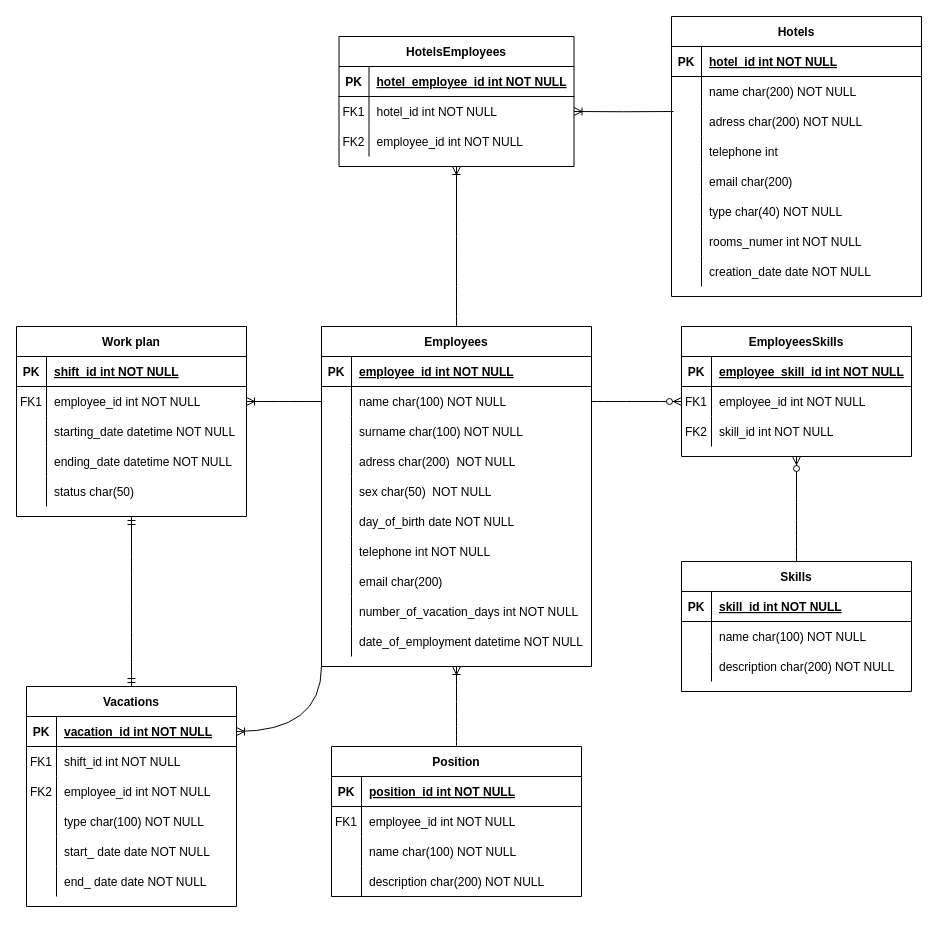
This is Untitled Diagram.drawio from KrzysiekJa/Hotel-Personel-Management-DB-System, a draw.io file, before an edit. Source tidied: cells renumbered, new cells numbered last; positions are measured from the earlier drawing's top-left corner, leaving out a move shared by most shapes. Both pictures are drawn from the tidied source at 100%, with x=0, y=0 at pixel (16, 16).
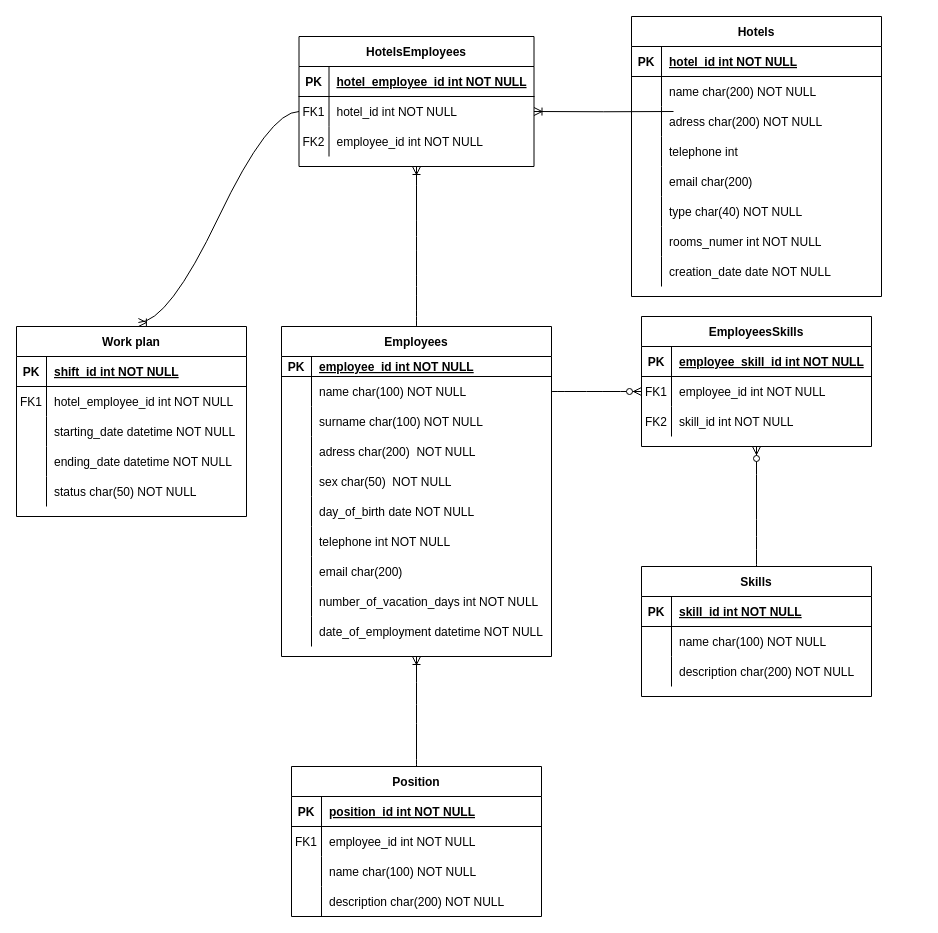
After the change.

The change refers to these unchanged cells:
```xml
<mxCell id="95" value="Work plan" style="shape=table;startSize=30;childLayout=tableLayout;rowLines=0;fontStyle=1;align=center;" parent="1" vertex="1">
  <mxGeometry y="310" width="230" height="190" as="geometry" />
</mxCell>
<mxCell id="99" style="shape=tableRow;horizontal=0;startSize=0;swimlaneHead=0;swimlaneBody=0;fillColor=none;points=[[0,0.5],[1,0.5]];portConstraint=eastwest;top=0;left=0;right=0;bottom=0;" parent="95" vertex="1">
  <mxGeometry y="60" width="230" height="30" as="geometry" />
</mxCell>
<mxCell id="108" style="shape=tableRow;horizontal=0;startSize=0;swimlaneHead=0;swimlaneBody=0;fillColor=none;top=0;left=0;right=0;bottom=0;" parent="95" vertex="1">
  <mxGeometry y="150" width="230" height="30" as="geometry" />
</mxCell>
<mxCell id="137" style="shape=tableRow;horizontal=0;startSize=0;swimlaneHead=0;swimlaneBody=0;fillColor=none;points=[[0,0.5],[1,0.5]];portConstraint=eastwest;top=0;left=0;right=0;bottom=0;" parent="133" vertex="1">
  <mxGeometry y="60" width="235" height="30" as="geometry" />
</mxCell>
```

The edit, as a diff of the source:
```diff
@@
     <mxCell id="2" value="Hotels" style="shape=table;startSize=30;childLayout=tableLayout;rowLines=0;fontStyle=1;align=center;" parent="1" vertex="1">
-      <mxGeometry x="655" width="250" height="280" as="geometry" />
+      <mxGeometry x="615" width="250" height="280" as="geometry" />
     </mxCell>
@@
     <mxCell id="27" value="Employees" style="shape=table;startSize=30;childLayout=tableLayout;rowLines=0;fontStyle=1;align=center;" parent="1" vertex="1">
-      <mxGeometry x="305" y="310" width="270" height="340" as="geometry" />
+      <mxGeometry x="265" y="310" width="270" height="330" as="geometry" />
     </mxCell>
     <mxCell id="28" style="shape=partialRectangle;fillColor=none;top=0;left=0;right=0;bottom=1;" parent="27" vertex="1">
-      <mxGeometry y="30" width="270" height="30" as="geometry" />
+      <mxGeometry y="30" width="270" height="20" as="geometry" />
     </mxCell>
     <mxCell id="29" value="PK" style="shape=partialRectangle;overflow=hidden;fillColor=none;top=0;left=0;bottom=0;right=0;fontStyle=1;" parent="28" vertex="1">
-      <mxGeometry width="30" height="30" as="geometry" />
+      <mxGeometry width="30" height="20" as="geometry" />
     </mxCell>
     <mxCell id="30" value="employee_id int NOT NULL " style="shape=partialRectangle;overflow=hidden;fillColor=none;top=0;left=0;bottom=0;right=0;align=left;spacingLeft=6;fontStyle=5;" parent="28" vertex="1">
-      <mxGeometry x="30" width="240" height="30" as="geometry" />
+      <mxGeometry x="30" width="240" height="20" as="geometry" />
     </mxCell>
     <mxCell id="31" style="shape=partialRectangle;fillColor=none;points=[[0,0.5],[1,0.5]];portConstraint=eastwest;top=0;left=0;right=0;bottom=0;" parent="27" vertex="1">
-      <mxGeometry y="60" width="270" height="30" as="geometry" />
+      <mxGeometry y="50" width="270" height="30" as="geometry" />
     </mxCell>
@@
     <mxCell id="34" style="shape=partialRectangle;fillColor=none;top=0;left=0;right=0;bottom=0;" parent="27" vertex="1">
-      <mxGeometry y="90" width="270" height="30" as="geometry" />
+      <mxGeometry y="80" width="270" height="30" as="geometry" />
     </mxCell>
@@
     <mxCell id="37" style="shape=partialRectangle;fillColor=none;top=0;left=0;right=0;bottom=0;" parent="27" vertex="1">
-      <mxGeometry y="120" width="270" height="30" as="geometry" />
+      <mxGeometry y="110" width="270" height="30" as="geometry" />
     </mxCell>
@@
     <mxCell id="40" style="shape=partialRectangle;fillColor=none;top=0;left=0;right=0;bottom=0;" parent="27" vertex="1">
-      <mxGeometry y="150" width="270" height="30" as="geometry" />
+      <mxGeometry y="140" width="270" height="30" as="geometry" />
     </mxCell>
@@
     <mxCell id="43" style="shape=partialRectangle;fillColor=none;top=0;left=0;right=0;bottom=0;" parent="27" vertex="1">
-      <mxGeometry y="180" width="270" height="30" as="geometry" />
+      <mxGeometry y="170" width="270" height="30" as="geometry" />
     </mxCell>
@@
     <mxCell id="46" style="shape=partialRectangle;fillColor=none;top=0;left=0;right=0;bottom=0;" parent="27" vertex="1">
-      <mxGeometry y="210" width="270" height="30" as="geometry" />
+      <mxGeometry y="200" width="270" height="30" as="geometry" />
     </mxCell>
@@
     <mxCell id="49" style="shape=partialRectangle;fillColor=none;top=0;left=0;right=0;bottom=0;" parent="27" vertex="1">
-      <mxGeometry y="240" width="270" height="30" as="geometry" />
+      <mxGeometry y="230" width="270" height="30" as="geometry" />
     </mxCell>
@@
     <mxCell id="52" style="shape=partialRectangle;fillColor=none;top=0;left=0;right=0;bottom=0;" parent="27" vertex="1">
-      <mxGeometry y="270" width="270" height="30" as="geometry" />
+      <mxGeometry y="260" width="270" height="30" as="geometry" />
     </mxCell>
@@
     <mxCell id="55" style="shape=partialRectangle;fillColor=none;top=0;left=0;right=0;bottom=0;" parent="27" vertex="1">
-      <mxGeometry y="300" width="270" height="30" as="geometry" />
+      <mxGeometry y="290" width="270" height="30" as="geometry" />
     </mxCell>
@@
     <mxCell id="58" value="Position" style="shape=table;startSize=30;childLayout=tableLayout;rowLines=0;fontStyle=1;align=center;" parent="1" vertex="1">
-      <mxGeometry x="315" y="730" width="250" height="150" as="geometry" />
+      <mxGeometry x="275" y="750" width="250" height="150" as="geometry" />
     </mxCell>
@@
     <mxCell id="73" value="Skills" style="shape=table;startSize=30;childLayout=tableLayout;rowLines=0;fontStyle=1;align=center;" parent="1" vertex="1">
-      <mxGeometry x="665" y="545" width="230" height="130" as="geometry" />
+      <mxGeometry x="625" y="550" width="230" height="130" as="geometry" />
     </mxCell>
@@
     <mxCell id="84" value="EmployeesSkills" style="shape=table;startSize=30;childLayout=tableLayout;rowLines=0;fontStyle=1;align=center;" parent="1" vertex="1">
-      <mxGeometry x="665" y="310" width="230" height="130" as="geometry" />
+      <mxGeometry x="625" y="300" width="230" height="130" as="geometry" />
     </mxCell>
@@
-    <mxCell id="101" value="employee_id int NOT NULL" style="shape=partialRectangle;fillColor=none;top=0;left=0;bottom=0;right=0;align=left;spacingLeft=6;overflow=hidden;" parent="99" vertex="1">
+    <mxCell id="101" value="hotel_employee_id int NOT NULL" style="shape=partialRectangle;fillColor=none;top=0;left=0;bottom=0;right=0;align=left;spacingLeft=6;overflow=hidden;" parent="99" vertex="1">
       <mxGeometry x="30" width="200" height="30" as="geometry" />
     </mxCell>
@@
-    <mxCell id="110" value="status char(50)" style="shape=partialRectangle;fillColor=none;top=0;left=0;bottom=0;right=0;align=left;spacingLeft=6;overflow=hidden;" parent="108" vertex="1">
+    <mxCell id="110" value="status char(50) NOT NULL" style="shape=partialRectangle;fillColor=none;top=0;left=0;bottom=0;right=0;align=left;spacingLeft=6;overflow=hidden;" parent="108" vertex="1">
       <mxGeometry x="30" width="200" height="30" as="geometry" />
     </mxCell>
-    <mxCell id="111" style="edgeStyle=entityRelationEdgeStyle;fontSize=12;html=1;endArrow=ERoneToMany;rounded=0;curved=1;entryX=1;entryY=0.5;entryDx=0;entryDy=0;exitX=0;exitY=0.5;exitDx=0;exitDy=0;" parent="1" edge="1" source="31" target="99">
+    <mxCell id="111" style="edgeStyle=entityRelationEdgeStyle;fontSize=12;html=1;endArrow=ERoneToMany;rounded=0;curved=1;entryX=0.53;entryY=-0.021;entryDx=0;entryDy=0;exitX=0;exitY=0.5;exitDx=0;exitDy=0;entryPerimeter=0;" parent="1" edge="1" source="137" target="95">
       <mxGeometry relative="1" as="geometry" />
     </mxCell>
-    <mxCell id="112" value="Vacations" style="shape=table;startSize=30;childLayout=tableLayout;rowLines=0;fontStyle=1;align=center;" parent="1" vertex="1">
-      <mxGeometry x="10" y="670" width="210" height="220" as="geometry" />
-    </mxCell>
-    <mxCell id="113" style="shape=tableRow;horizontal=0;startSize=0;swimlaneHead=0;swimlaneBody=0;fillColor=none;points=[[0,0.5],[1,0.5]];portConstraint=eastwest;top=0;left=0;right=0;bottom=1;" parent="112" vertex="1">
-      <mxGeometry y="30" width="210" height="30" as="geometry" />
-    </mxCell>
-    <mxCell id="114" value="PK" style="shape=partialRectangle;fillColor=none;top=0;left=0;bottom=0;right=0;fontStyle=1;overflow=hidden;" parent="113" vertex="1">
-      <mxGeometry width="30" height="30" as="geometry" />
-    </mxCell>
-    <mxCell id="115" value="vacation_id int NOT NULL" style="shape=partialRectangle;fillColor=none;top=0;left=0;bottom=0;right=0;align=left;spacingLeft=6;fontStyle=5;overflow=hidden;" parent="113" vertex="1">
-      <mxGeometry x="30" width="180" height="30" as="geometry" />
-    </mxCell>
-    <mxCell id="116" style="shape=tableRow;horizontal=0;startSize=0;swimlaneHead=0;swimlaneBody=0;fillColor=none;top=0;left=0;right=0;bottom=0;" parent="112" vertex="1">
-      <mxGeometry y="60" width="210" height="30" as="geometry" />
-    </mxCell>
-    <mxCell id="117" value="FK1" style="shape=partialRectangle;fillColor=none;top=0;left=0;bottom=0;right=0;overflow=hidden;" parent="116" vertex="1">
-      <mxGeometry width="30" height="30" as="geometry" />
-    </mxCell>
-    <mxCell id="118" value="shift_id int NOT NULL" style="shape=partialRectangle;fillColor=none;top=0;left=0;bottom=0;right=0;align=left;spacingLeft=6;overflow=hidden;" parent="116" vertex="1">
-      <mxGeometry x="30" width="180" height="30" as="geometry" />
-    </mxCell>
-    <mxCell id="119" style="shape=tableRow;horizontal=0;startSize=0;swimlaneHead=0;swimlaneBody=0;fillColor=none;top=0;left=0;right=0;bottom=0;" parent="112" vertex="1">
-      <mxGeometry y="90" width="210" height="30" as="geometry" />
-    </mxCell>
-    <mxCell id="120" value="FK2" style="shape=partialRectangle;fillColor=none;top=0;left=0;bottom=0;right=0;overflow=hidden;" parent="119" vertex="1">
-      <mxGeometry width="30" height="30" as="geometry" />
-    </mxCell>
-    <mxCell id="121" value="employee_id int NOT NULL" style="shape=partialRectangle;fillColor=none;top=0;left=0;bottom=0;right=0;align=left;spacingLeft=6;overflow=hidden;" parent="119" vertex="1">
-      <mxGeometry x="30" width="180" height="30" as="geometry" />
-    </mxCell>
-    <mxCell id="122" style="shape=tableRow;horizontal=0;startSize=0;swimlaneHead=0;swimlaneBody=0;fillColor=none;top=0;left=0;right=0;bottom=0;" parent="112" vertex="1">
-      <mxGeometry y="120" width="210" height="30" as="geometry" />
-    </mxCell>
-    <mxCell id="123" style="shape=partialRectangle;fillColor=none;top=0;left=0;bottom=0;right=0;overflow=hidden;" parent="122" vertex="1">
-      <mxGeometry width="30" height="30" as="geometry" />
-    </mxCell>
-    <mxCell id="124" value="type char(100) NOT NULL" style="shape=partialRectangle;fillColor=none;top=0;left=0;bottom=0;right=0;align=left;spacingLeft=6;overflow=hidden;" parent="122" vertex="1">
-      <mxGeometry x="30" width="180" height="30" as="geometry" />
-    </mxCell>
-    <mxCell id="125" style="shape=tableRow;horizontal=0;startSize=0;swimlaneHead=0;swimlaneBody=0;fillColor=none;top=0;left=0;right=0;bottom=0;" parent="112" vertex="1">
-      <mxGeometry y="150" width="210" height="30" as="geometry" />
-    </mxCell>
-    <mxCell id="126" style="shape=partialRectangle;fillColor=none;top=0;left=0;bottom=0;right=0;overflow=hidden;" parent="125" vertex="1">
-      <mxGeometry width="30" height="30" as="geometry" />
-    </mxCell>
-    <mxCell id="127" value="start_ date date NOT NULL" style="shape=partialRectangle;fillColor=none;top=0;left=0;bottom=0;right=0;align=left;spacingLeft=6;overflow=hidden;" parent="125" vertex="1">
-      <mxGeometry x="30" width="180" height="30" as="geometry" />
-    </mxCell>
-    <mxCell id="128" style="shape=tableRow;horizontal=0;startSize=0;swimlaneHead=0;swimlaneBody=0;fillColor=none;top=0;left=0;right=0;bottom=0;" parent="112" vertex="1">
-      <mxGeometry y="180" width="210" height="30" as="geometry" />
-    </mxCell>
-    <mxCell id="129" style="shape=partialRectangle;fillColor=none;top=0;left=0;bottom=0;right=0;overflow=hidden;" parent="128" vertex="1">
-      <mxGeometry width="30" height="30" as="geometry" />
-    </mxCell>
-    <mxCell id="130" value="end_ date date NOT NULL" style="shape=partialRectangle;fillColor=none;top=0;left=0;bottom=0;right=0;align=left;spacingLeft=6;overflow=hidden;" parent="128" vertex="1">
-      <mxGeometry x="30" width="180" height="30" as="geometry" />
-    </mxCell>
-    <mxCell id="131" style="edgeStyle=orthogonalEdgeStyle;fontSize=12;html=1;endArrow=ERoneToMany;rounded=0;entryX=1;entryY=0.5;entryDx=0;entryDy=0;curved=1;exitX=0;exitY=1;exitDx=0;exitDy=0;" parent="1" edge="1" source="27" target="113">
-      <mxGeometry relative="1" as="geometry" />
-    </mxCell>
-    <mxCell id="132" style="edgeStyle=orthogonalEdgeStyle;fontSize=12;html=1;endArrow=ERmandOne;startArrow=ERmandOne;rounded=0;curved=1;entryX=0.5;entryY=1;entryDx=0;entryDy=0;exitX=0.5;exitY=0;exitDx=0;exitDy=0;" parent="1" edge="1" source="112" target="95">
-      <mxGeometry relative="1" as="geometry" />
-    </mxCell>
     <mxCell id="133" value="HotelsEmployees" style="shape=table;startSize=30;childLayout=tableLayout;rowLines=0;fontStyle=1;align=center;" parent="1" vertex="1">
-      <mxGeometry x="322.5" y="20" width="235" height="130" as="geometry" />
+      <mxGeometry x="282.5" y="20" width="235" height="130" as="geometry" />
     </mxCell>
```
